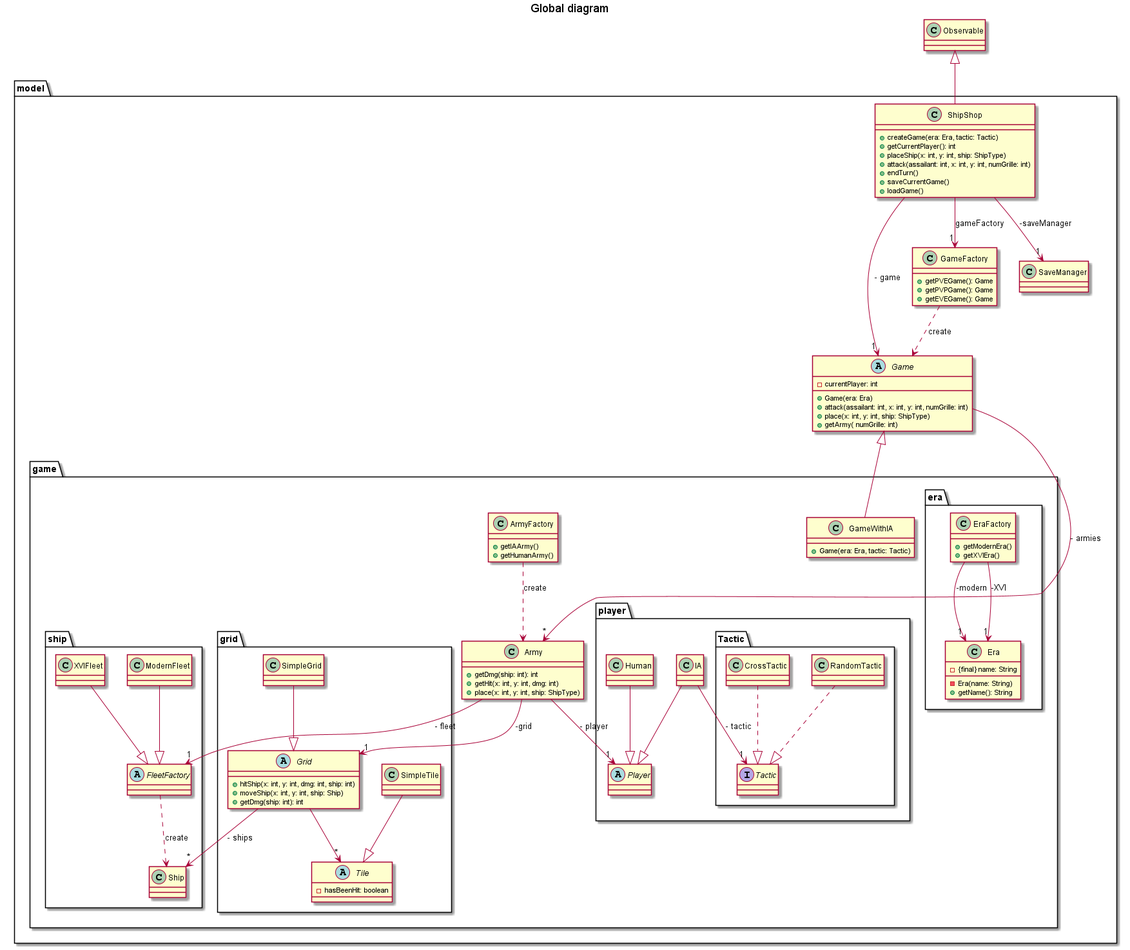
The PlantUML diagram doc/conception/image/class/global.png in Reynault/ShipShop, before a commit.
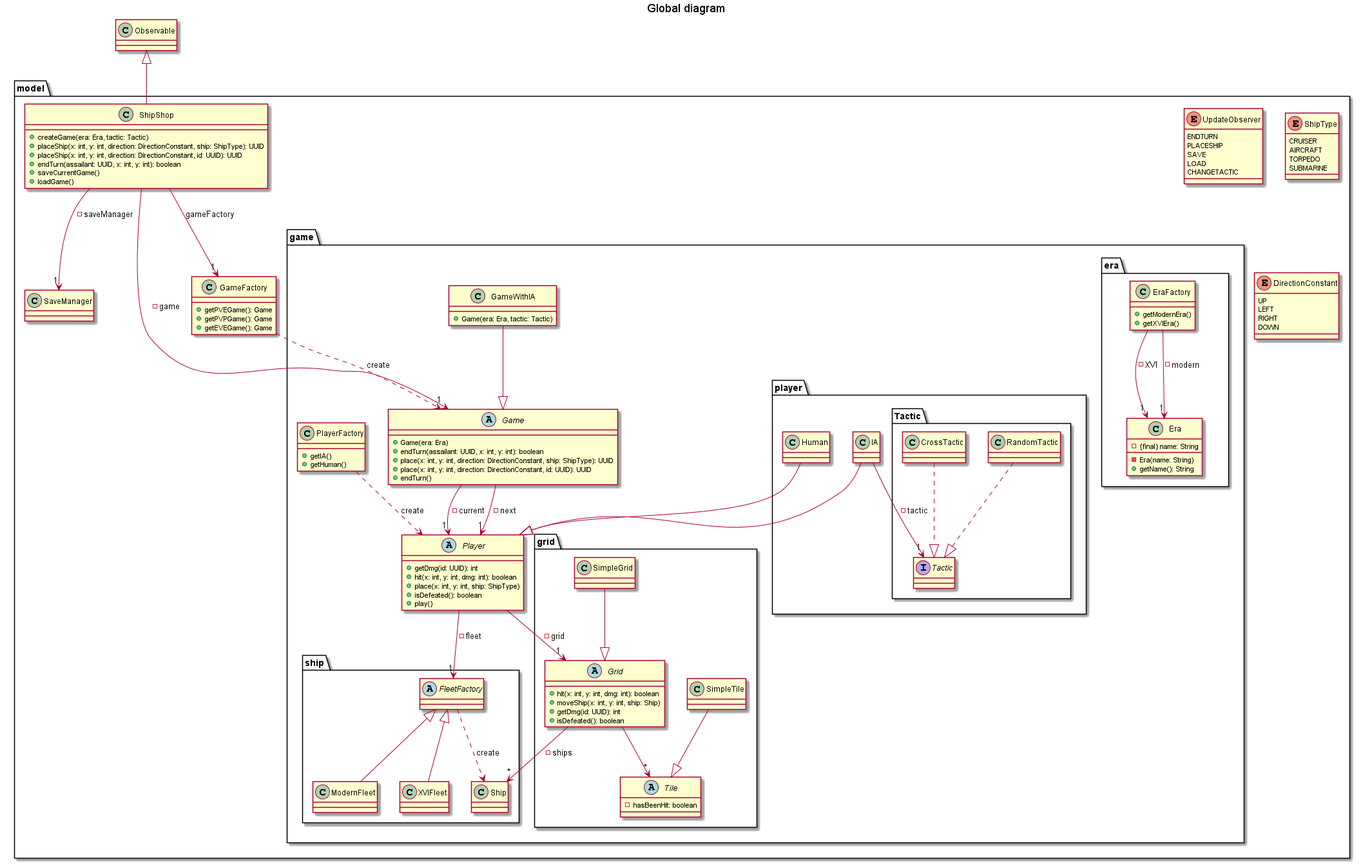
Above is the later version.

Diff of the diagram source:
```diff
@@ -10,16 +10,12 @@
 
     class ShipShop{
         + createGame(era: Era, tactic: Tactic)
-        + getCurrentPlayer(): int
-        + placeShip(x: int, y: int, ship: ShipType)
-        + attack(assailant: int, x: int, y: int, numGrille: int)
-        + endTurn()
+        + placeShip(x: int, y: int, direction: DirectionConstant, ship: ShipType): UUID
+        + placeShip(x: int, y: int, direction: DirectionConstant, id: UUID): UUID
+        + endTurn(assailant: UUID, x: int, y: int): boolean
         + saveCurrentGame()
         + loadGame()
     }
-
-    ShipShop --> "1" GameFactory: gameFactory
-    GameFactory ..> Game: create
 
     class GameFactory{
         + getPVEGame(): Game
@@ -31,37 +27,62 @@
 
     }
 
+    enum UpdateObserver{
+        ENDTURN
+        PLACESHIP
+        SAVE
+        LOAD
+        CHANGETACTIC
+    }
+
+    enum ShipType{
+        CRUISER
+        AIRCRAFT
+        TORPEDO
+        SUBMARINE
+    }
+
+    enum DirectionConstant{
+        UP
+        LEFT
+        RIGHT
+        DOWN
+    }
+
     package game{
 
         abstract Game{
-            - currentPlayer: int
             + Game(era: Era)
-            + attack(assailant: int, x: int, y: int, numGrille: int)
-            + place(x: int, y: int, ship: ShipType)
-            + getArmy( numGrille: int)
+            + endTurn(assailant: UUID, x: int, y: int): boolean
+            + place(x: int, y: int, direction: DirectionConstant, ship: ShipType): UUID
+            + place(x: int, y: int, direction: DirectionConstant, id: UUID): UUID
+            + endTurn()
         }
 
         class GameWithIA{
             + Game(era: Era, tactic: Tactic)
         }
 
-        class ArmyFactory{
-            + getIAArmy()
-            + getHumanArmy()
+        class PlayerFactory{
+            + getIA()
+            + getHuman()
         }
 
-        class Army{
-            + getDmg(ship: int): int
-            + getHit(x: int, y: int, dmg: int)
+        abstract Player{
+            + getDmg(id: UUID): int
+            + hit(x: int, y: int, dmg: int): boolean
             + place(x: int, y: int, ship: ShipType)
+            + isDefeated(): boolean
+            + play()
         }
 
         package grid{
 
             abstract Grid{
-                + hitShip(x: int, y: int, dmg: int, ship: int)
+                + hit(x: int, y: int, dmg: int): boolean
                 + moveShip(x: int, y: int, ship: Ship)
-                + getDmg(ship: int): int
+                + getDmg(id: UUID): int
+                + isDefeated(): boolean
             }
 
             class SimpleGrid{
@@ -116,10 +137,6 @@
 
         package player{
 
-            abstract Player{
-
-            }
-
             class IA{
 
             }
@@ -150,11 +167,16 @@
 
 }
 
+
+ShipShop --> "1" GameFactory: gameFactory
 ShipShop --> "1" Game: - game
 ShipShop --> "1" SaveManager: -saveManager
 ShipShop -up-|> Observable
 
-Game --> "*" Army: - armies
+GameFactory ..> Game: create
+
+Game --> "1" Player: - current
+Game --> "1" Player: - next
 
 Grid --> "*" Ship: - ships
 Grid --> "*" Tile
@@ -164,23 +186,22 @@
 SimpleGrid --|> Grid
 SimpleTile --|> Tile
 
-ArmyFactory ..>  Army: "create"
+PlayerFactory ..>  Player: "create"
 
-Army --> "1" Player: - player
-Army --> "1" FleetFactory: - fleet
-Army --> "1" Grid: -grid
+Player --> "1" FleetFactory: - fleet
+Player --> "1" Grid: -grid
 
-GameWithIA -up-|> Game
+GameWithIA --|> Game
 
 EraFactory --> "1" Era: -modern
 EraFactory --> "1" Era: -XVI
 
-ModernFleet --|> FleetFactory
-XVIFleet --|> FleetFactory
+ModernFleet -up-|> FleetFactory
+XVIFleet -up-|> FleetFactory
 
 Human --|> Player
+
 IA --|> Player
-
 IA --> "1" Tactic: - tactic
 
 RandomTactic ..|> Tactic
```
